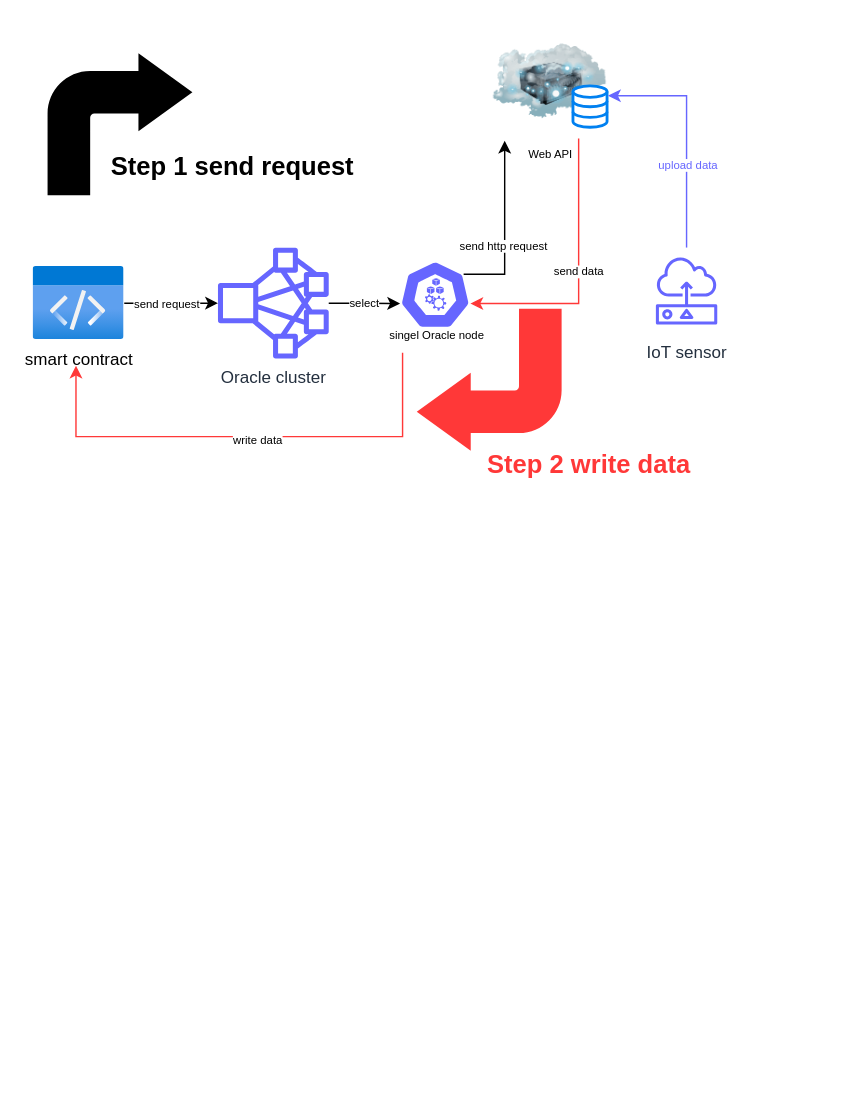
MF0-ANT1SHY/DiagramFolder keeps this draw.io diagram as Untitled Diagram.drawio. Above is the earlier version. Source tidied: cells renumbered, new cells numbered last; positions are measured from the earlier drawing's top-left corner, leaving out a move shared by most shapes. Both pictures are drawn from the tidied source at 142%, with x=0, y=0 at pixel (33, 24).
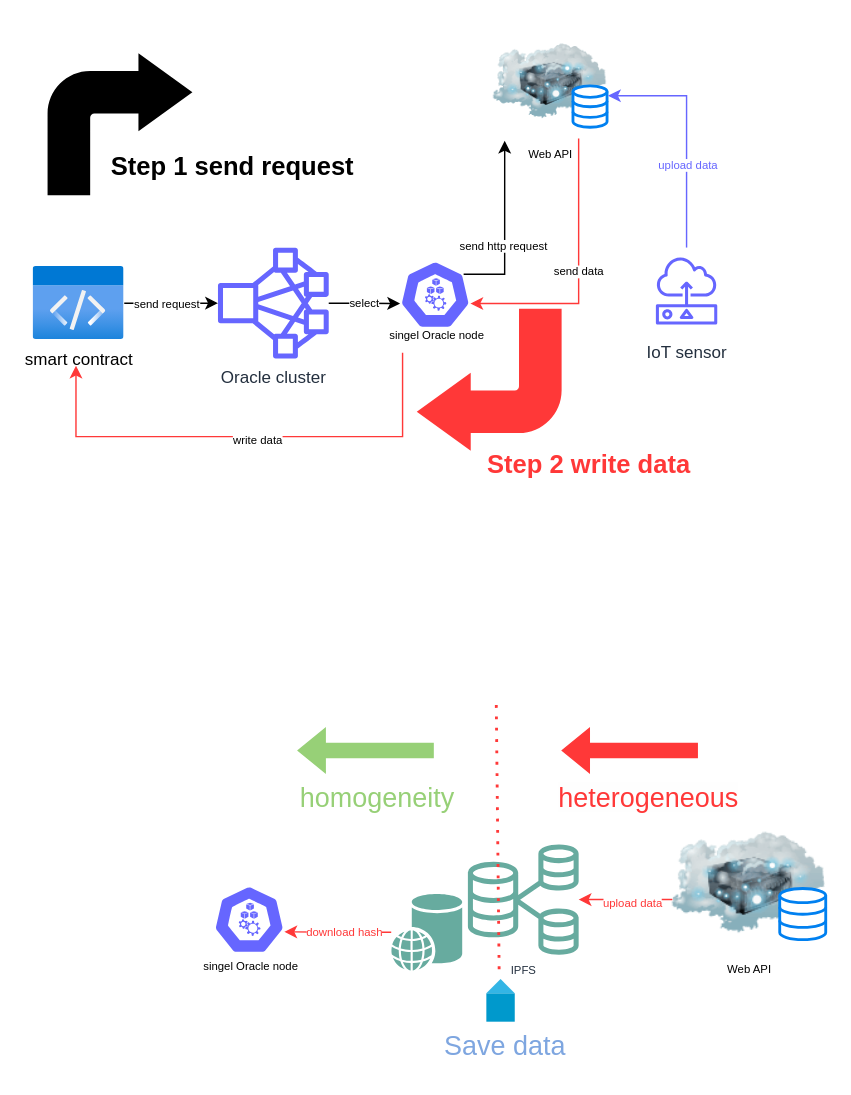
The same page after the edit.

The edit, as a diff of the source:
```diff
@@
+    <mxCell id="26" style="group;fontSize=8;" parent="1" vertex="1">
+      <mxGeometry x="450" y="555" width="108" height="99" as="geometry" />
+    </mxCell>
+    <mxCell id="27" value="&lt;font style=&quot;font-size: 8px;&quot;&gt;Web API&lt;/font&gt;" style="image;html=1;image=img/lib/clip_art/networking/Cloud_Server_128x128.png;fillStyle=auto;fontSize=8;fillColor=none;gradientColor=none;" parent="26" vertex="1">
+      <mxGeometry width="108" height="99" as="geometry" />
+    </mxCell>
+    <mxCell id="28" style="html=1;verticalLabelPosition=bottom;align=center;labelBackgroundColor=#ffffff;verticalAlign=top;strokeWidth=2;strokeColor=#0080F0;shadow=0;dashed=0;shape=mxgraph.ios7.icons.data;fillStyle=auto;fontSize=8;fillColor=default;gradientColor=none;" parent="26" vertex="1">
+      <mxGeometry x="75.6" y="53.2" width="32.4" height="36" as="geometry" />
+    </mxCell>
+    <mxCell id="29" style="group;fontSize=8;" parent="1" vertex="1">
+      <mxGeometry x="252" y="577" width="132" height="89" as="geometry" />
+    </mxCell>
+    <mxCell id="30" style="sketch=0;shadow=0;dashed=0;html=1;strokeColor=none;fillColor=#67AB9F;labelPosition=center;verticalLabelPosition=bottom;verticalAlign=top;outlineConnect=0;align=center;shape=mxgraph.office.databases.web_store;fillStyle=auto;fontSize=8;fontColor=#FF3838;gradientColor=none;flipH=1;flipV=0;" parent="29" vertex="1">
+      <mxGeometry y="35" width="50" height="54" as="geometry" />
+    </mxCell>
+    <mxCell id="31" value="IPFS" style="sketch=0;outlineConnect=0;fontColor=#232F3E;gradientColor=none;fillColor=#67AB9F;strokeColor=none;dashed=0;verticalLabelPosition=bottom;verticalAlign=top;align=center;html=1;fontSize=8;fontStyle=0;shape=mxgraph.aws4.rds_multi_az_db_cluster;fillStyle=auto;" parent="29" vertex="1">
+      <mxGeometry x="54" width="78" height="78" as="geometry" />
+    </mxCell>
+    <mxCell id="32" style="group;fontSize=8;" parent="1" vertex="1">
+      <mxGeometry x="107" y="597" width="90" height="91" as="geometry" />
+    </mxCell>
+    <mxCell id="33" style="sketch=0;html=1;dashed=0;whitespace=wrap;fillColor=#6666FF;strokeColor=#ffffff;points=[[0.005,0.63,0],[0.1,0.2,0],[0.9,0.2,0],[0.5,0,0],[0.995,0.63,0],[0.72,0.99,0],[0.5,1,0],[0.28,0.99,0]];shape=mxgraph.kubernetes.icon;prIcon=node;fontSize=8;gradientColor=none;fillStyle=auto;" parent="32" vertex="1">
+      <mxGeometry x="20" width="50" height="66.2" as="geometry" />
+    </mxCell>
+    <mxCell id="34" value="&lt;font style=&quot;font-size: 8px;&quot;&gt;singel Oracle node&lt;/font&gt;" style="text;html=1;align=center;verticalAlign=middle;fillColor=none;strokeColor=none;rounded=0;fillStyle=auto;fontSize=8;" parent="32" vertex="1">
+      <mxGeometry x="3" y="55.2" width="85" height="22" as="geometry" />
+    </mxCell>
+    <mxCell id="35" style="edgeStyle=orthogonalEdgeStyle;rounded=0;jettySize=auto;html=1;strokeColor=#FF3838;fontSize=8;fontColor=#FF3838;" parent="1" edge="1" source="27" target="31">
+      <mxGeometry relative="1" as="geometry">
+        <Array as="points">
+          <mxPoint x="433" y="616" />
+          <mxPoint x="433" y="616" />
+        </Array>
+      </mxGeometry>
+    </mxCell>
+    <mxCell id="36" value="upload data" style="edgeLabel;html=1;align=center;verticalAlign=middle;fontSize=8;fontColor=#FF3838;" parent="35" vertex="1">
+      <mxGeometry x="-0.23" y="1" relative="1" as="geometry">
+        <mxPoint x="-4" y="1" as="offset" />
+      </mxGeometry>
+    </mxCell>
+    <mxCell id="37" style="edgeStyle=orthogonalEdgeStyle;rounded=0;jettySize=auto;html=1;entryX=0.995;entryY=0.63;entryDx=0;entryDy=0;entryPerimeter=0;strokeColor=#FF3838;fontSize=8;fontColor=#FF3838;" parent="1" edge="1" source="30" target="33">
+      <mxGeometry relative="1" as="geometry" />
+    </mxCell>
+    <mxCell id="38" value="download hash" style="edgeLabel;html=1;align=center;verticalAlign=middle;fontSize=8;fontColor=#FF3838;" parent="37" vertex="1">
+      <mxGeometry x="0.15" relative="1" as="geometry">
+        <mxPoint x="9" as="offset" />
+      </mxGeometry>
+    </mxCell>
+    <mxCell id="39" style="endArrow=none;dashed=1;html=1;dashPattern=1 3;strokeWidth=2;rounded=0;strokeColor=#FF3838;fontSize=8;fontColor=#FF3838;startArrow=none;" parent="1" edge="1">
+      <mxGeometry relative="1" as="geometry">
+        <mxPoint x="328" y="665" as="sourcePoint" />
+        <mxPoint x="326" y="479" as="targetPoint" />
+      </mxGeometry>
+    </mxCell>
+    <mxCell id="40" style="shape=flexArrow;endArrow=classic;html=1;rounded=0;strokeColor=#FF3838;fontSize=8;fontColor=#FF3838;fillColor=#FF3838;" parent="1" edge="1">
+      <mxGeometry relative="1" as="geometry">
+        <mxPoint x="468" y="511" as="sourcePoint" />
+        <mxPoint x="372" y="511" as="targetPoint" />
+      </mxGeometry>
+    </mxCell>
+    <mxCell id="41" style="shape=flexArrow;endArrow=classic;html=1;rounded=0;strokeColor=#97D077;fontSize=8;fontColor=#FF3838;fillColor=#97D077;" parent="1" edge="1">
+      <mxGeometry relative="1" as="geometry">
+        <mxPoint x="282" y="511" as="sourcePoint" />
+        <mxPoint x="186" y="511" as="targetPoint" />
+      </mxGeometry>
+    </mxCell>
+    <mxCell id="42" value="&lt;span style=&quot;caret-color: rgb(51, 51, 51); font-size: 19px; orphans: 4; text-align: justify; text-size-adjust: auto; background-color: rgb(254, 254, 254);&quot;&gt;heterogeneous&lt;/span&gt;" style="text;html=1;align=center;verticalAlign=middle;fillColor=none;strokeColor=none;rounded=0;fillStyle=auto;fontSize=8;fontColor=#FF3838;" parent="1" vertex="1">
+      <mxGeometry x="360" y="527" width="145" height="35" as="geometry" />
+    </mxCell>
+    <mxCell id="43" value="&lt;span style=&quot;text-align: left; background-color: rgb(255, 255, 255);&quot;&gt;&lt;font style=&quot;font-size: 19px;&quot;&gt;homogeneity&lt;/font&gt;&lt;/span&gt;" style="text;html=1;align=center;verticalAlign=middle;fillColor=none;strokeColor=none;rounded=0;fillStyle=auto;fontSize=8;fontColor=#97D077;" parent="1" vertex="1">
+      <mxGeometry x="178" y="527" width="127" height="35" as="geometry" />
+    </mxCell>
+    <mxCell id="44" style="verticalLabelPosition=bottom;verticalAlign=top;html=1;shadow=0;dashed=0;strokeWidth=1;shape=mxgraph.android.text_insertion_point;fillStyle=auto;strokeColor=#7EA6E0;fontFamily=Helvetica;fontSize=19;fontColor=#97D077;fillColor=#67AB9F;gradientColor=none;" parent="1" vertex="1">
+      <mxGeometry x="319" y="672" width="20" height="30" as="geometry" />
+    </mxCell>
+    <mxCell id="45" value="&lt;font color=&quot;#7ea6e0&quot;&gt;Save data&lt;/font&gt;" style="text;html=1;align=center;verticalAlign=middle;fillColor=none;strokeColor=none;rounded=0;fillStyle=auto;fontFamily=Helvetica;fontSize=19;fontColor=#97D077;" parent="1" vertex="1">
+      <mxGeometry x="280" y="702" width="104" height="35" as="geometry" />
+    </mxCell>
```
